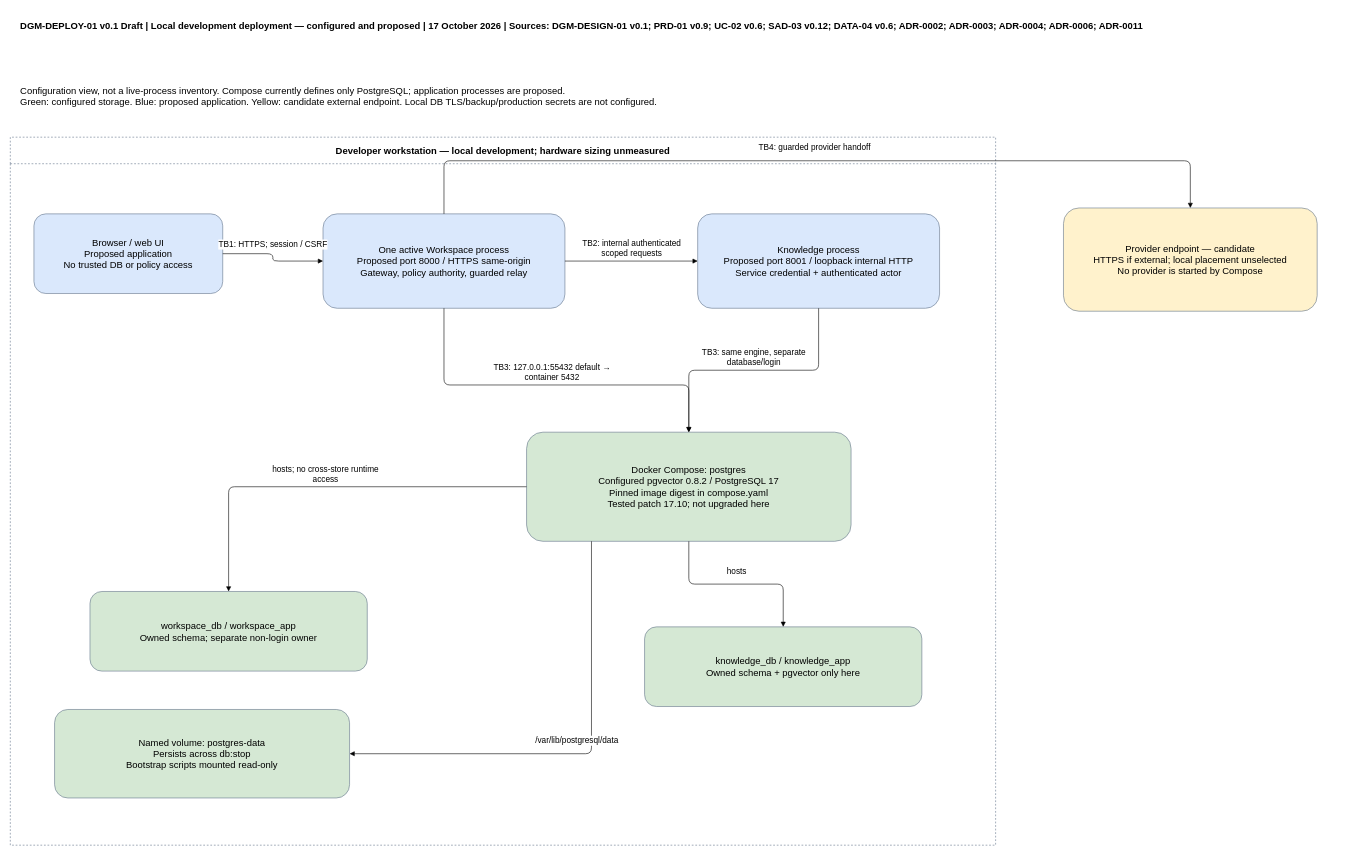
Before: docs/sdlc/diagrams/deployment/local-development.drawio in 900M100CK/scrum-workspace-KMS-ai, a draw.io diagram. Source tidied: cells renumbered, new cells numbered last; positions are measured from the earlier drawing's top-left corner, leaving out a move shared by most shapes. Both pictures are drawn from the tidied source at 59%, with x=0, y=0 at pixel (10, 10).
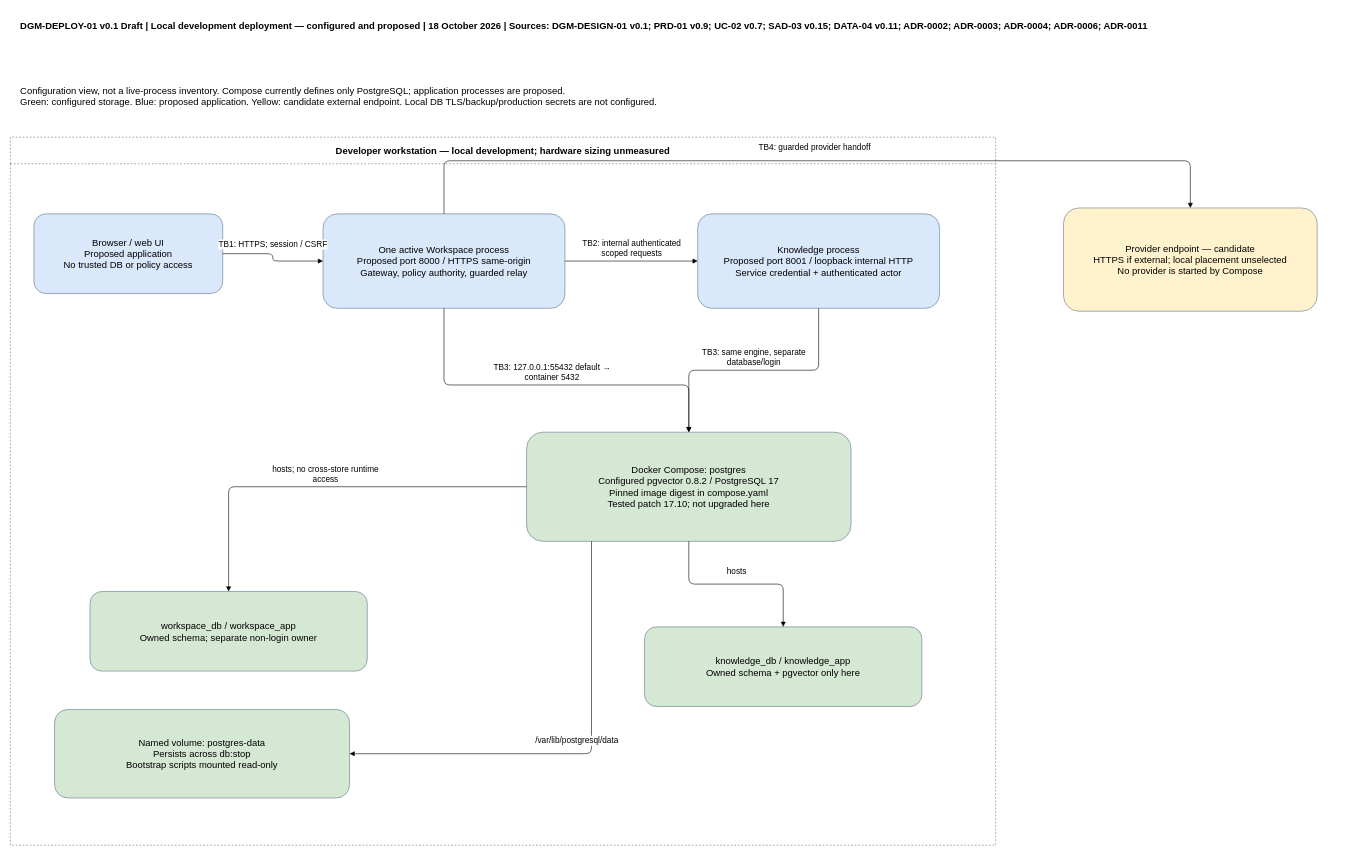
The same page after the edit.

Diff of the diagram source:
```diff
@@
-    <mxCell id="19" value="DGM-DEPLOY-01 v0.1 Draft | Local development deployment — configured and proposed | 17 October 2026 | Sources: DGM-DESIGN-01 v0.1; PRD-01 v0.9; UC-02 v0.6; SAD-03 v0.12; DATA-04 v0.6; ADR-0002; ADR-0003; ADR-0004; ADR-0006; ADR-0011" style="text;align=left;fontStyle=1;whiteSpace=wrap;html=1;fontSize=16;spacing=12;" parent="1" vertex="1">
+    <mxCell id="19" value="DGM-DEPLOY-01 v0.1 Draft | Local development deployment — configured and proposed | 18 October 2026 | Sources: DGM-DESIGN-01 v0.1; PRD-01 v0.9; UC-02 v0.7; SAD-03 v0.15; DATA-04 v0.11; ADR-0002; ADR-0003; ADR-0004; ADR-0006; ADR-0011" style="text;align=left;fontStyle=1;whiteSpace=wrap;html=1;fontSize=16;spacing=12;" parent="1" vertex="1">
       <mxGeometry x="5" width="2240" height="105" as="geometry" />
     </mxCell>
```
